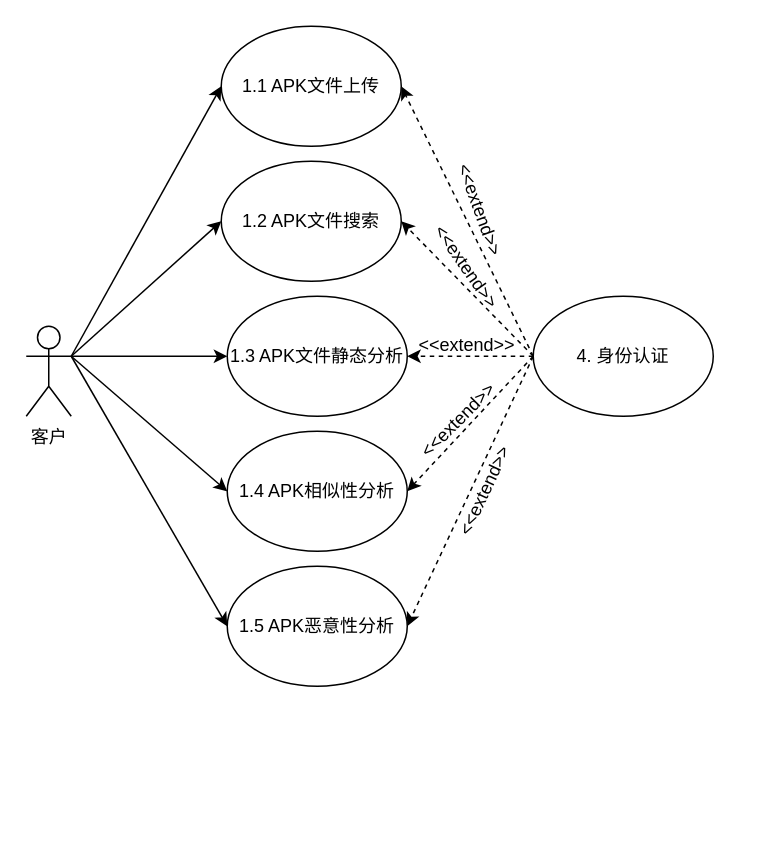
This is 需求分析2.drawio from sunray42/diagrams, a draw.io file, before an edit. Source tidied: cells renumbered, new cells numbered last; positions are measured from the earlier drawing's top-left corner, leaving out a move shared by most shapes. Both pictures are drawn from the tidied source at 150%, with x=0, y=0 at pixel (26, 26).
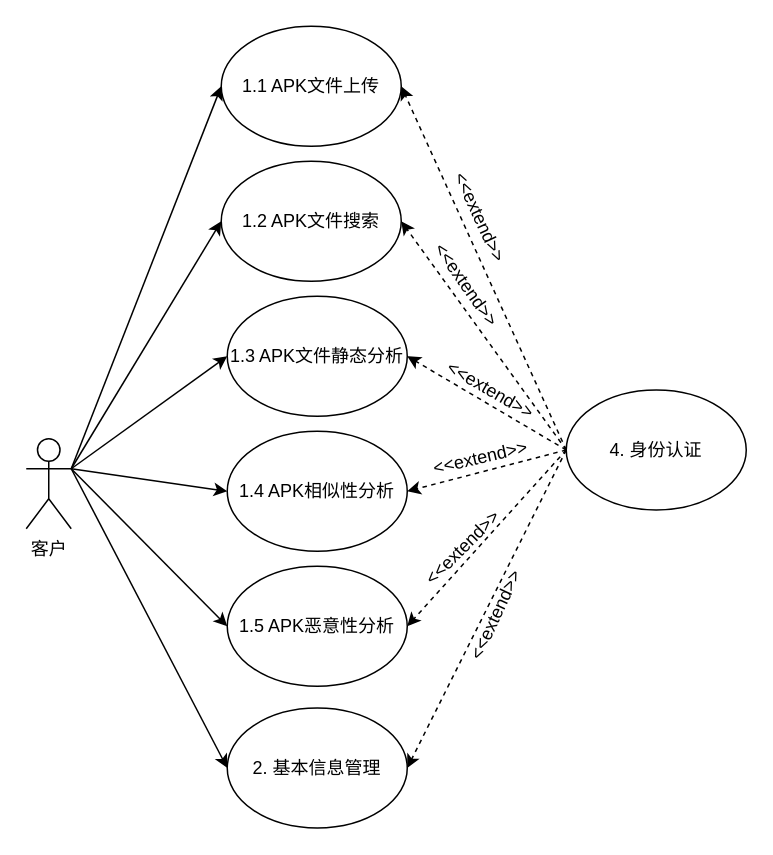
After the change.

Commit message:
更新需求分析2.drawio

Unchanged cells that the change refers to:
```xml
<mxCell id="18" value="1.3 APK文件静态分析" style="ellipse;whiteSpace=wrap;html=1;" parent="1" vertex="1">
  <mxGeometry x="134" y="180" width="120" height="80" as="geometry" />
</mxCell>
```

What changed in the source:
```diff
@@
+    <mxCell id="24" style="rounded=0;jettySize=auto;html=1;exitX=1;exitY=0.3333333333333333;exitDx=0;exitDy=0;exitPerimeter=0;entryX=0;entryY=0.5;entryDx=0;entryDy=0;" parent="1" edge="1" source="7" target="26">
+      <mxGeometry relative="1" as="geometry" />
+    </mxCell>
     <mxCell id="7" value="客户" style="shape=umlActor;verticalLabelPosition=bottom;verticalAlign=top;html=1;outlineConnect=0;" parent="1" vertex="1">
-      <mxGeometry y="200" width="30" height="60" as="geometry" />
+      <mxGeometry y="275" width="30" height="60" as="geometry" />
     </mxCell>
@@
-    <mxCell id="12" style="edgeStyle=orthogonalEdgeStyle;rounded=0;jettySize=auto;html=1;exitX=0;exitY=0.5;exitDx=0;exitDy=0;entryX=1;entryY=0.5;entryDx=0;entryDy=0;dashed=1;" parent="1" edge="1" source="15" target="18">
+    <mxCell id="12" style="rounded=0;jettySize=auto;html=1;exitX=0;exitY=0.5;exitDx=0;exitDy=0;entryX=1;entryY=0.5;entryDx=0;entryDy=0;dashed=1;" parent="1" edge="1" source="15" target="18">
       <mxGeometry relative="1" as="geometry" />
     </mxCell>
@@
+    <mxCell id="25" style="rounded=0;jettySize=auto;html=1;exitX=0;exitY=0.5;exitDx=0;exitDy=0;entryX=1;entryY=0.5;entryDx=0;entryDy=0;dashed=1;" parent="1" edge="1" source="15" target="26">
+      <mxGeometry relative="1" as="geometry" />
+    </mxCell>
     <mxCell id="15" value="4. 身份认证" style="ellipse;whiteSpace=wrap;html=1;" parent="1" vertex="1">
-      <mxGeometry x="338" y="180" width="120" height="80" as="geometry" />
+      <mxGeometry x="360" y="242.5" width="120" height="80" as="geometry" />
     </mxCell>
-    <mxCell id="16" value="&amp;lt;&amp;lt;extend&amp;gt;&amp;gt;" style="text;html=1;strokeColor=none;fillColor=none;align=center;verticalAlign=middle;whiteSpace=wrap;rounded=0;rotation=70;" parent="1" vertex="1">
-      <mxGeometry x="268" y="110" width="70" height="25" as="geometry" />
+    <mxCell id="16" value="&amp;lt;&amp;lt;extend&amp;gt;&amp;gt;" style="text;html=1;strokeColor=none;fillColor=none;align=center;verticalAlign=middle;whiteSpace=wrap;rounded=0;rotation=65;" parent="1" vertex="1">
+      <mxGeometry x="268" y="115" width="70" height="25" as="geometry" />
     </mxCell>
     <mxCell id="17" value="&amp;lt;&amp;lt;extend&amp;gt;&amp;gt;" style="text;html=1;strokeColor=none;fillColor=none;align=center;verticalAlign=middle;whiteSpace=wrap;rounded=0;rotation=55;" parent="1" vertex="1">
-      <mxGeometry x="259" y="148" width="70" height="25" as="geometry" />
+      <mxGeometry x="259" y="160" width="70" height="25" as="geometry" />
     </mxCell>
@@
-    <mxCell id="19" value="&amp;lt;&amp;lt;extend&amp;gt;&amp;gt;" style="text;html=1;strokeColor=none;fillColor=none;align=center;verticalAlign=middle;whiteSpace=wrap;rounded=0;rotation=0;" parent="1" vertex="1">
-      <mxGeometry x="259" y="200" width="70" height="25" as="geometry" />
+    <mxCell id="19" value="&amp;lt;&amp;lt;extend&amp;gt;&amp;gt;" style="text;html=1;strokeColor=none;fillColor=none;align=center;verticalAlign=middle;whiteSpace=wrap;rounded=0;rotation=30;" parent="1" vertex="1">
+      <mxGeometry x="275" y="230" width="70" height="25" as="geometry" />
     </mxCell>
@@
     <mxCell id="21" value="&amp;lt;&amp;lt;extend&amp;gt;&amp;gt;" style="text;html=1;strokeColor=none;fillColor=none;align=center;verticalAlign=middle;whiteSpace=wrap;rounded=0;rotation=-65;" parent="1" vertex="1">
-      <mxGeometry x="268" y="297.5" width="76" height="25" as="geometry" />
+      <mxGeometry x="275" y="380" width="76" height="25" as="geometry" />
     </mxCell>
@@
     <mxCell id="23" value="&amp;lt;&amp;lt;extend&amp;gt;&amp;gt;" style="text;html=1;strokeColor=none;fillColor=none;align=center;verticalAlign=middle;whiteSpace=wrap;rounded=0;rotation=-45;" parent="1" vertex="1">
-      <mxGeometry x="250" y="250" width="76" height="25" as="geometry" />
+      <mxGeometry x="253" y="335" width="76" height="25" as="geometry" />
     </mxCell>
+    <mxCell id="26" value="2. 基本信息管理" style="ellipse;whiteSpace=wrap;html=1;" parent="1" vertex="1">
+      <mxGeometry x="134" y="454.5" width="120" height="80" as="geometry" />
+    </mxCell>
+    <mxCell id="27" value="&amp;lt;&amp;lt;extend&amp;gt;&amp;gt;" style="text;html=1;strokeColor=none;fillColor=none;align=center;verticalAlign=middle;whiteSpace=wrap;rounded=0;rotation=-13;" parent="1" vertex="1">
+      <mxGeometry x="268" y="275" width="70" height="25" as="geometry" />
+    </mxCell>
```
